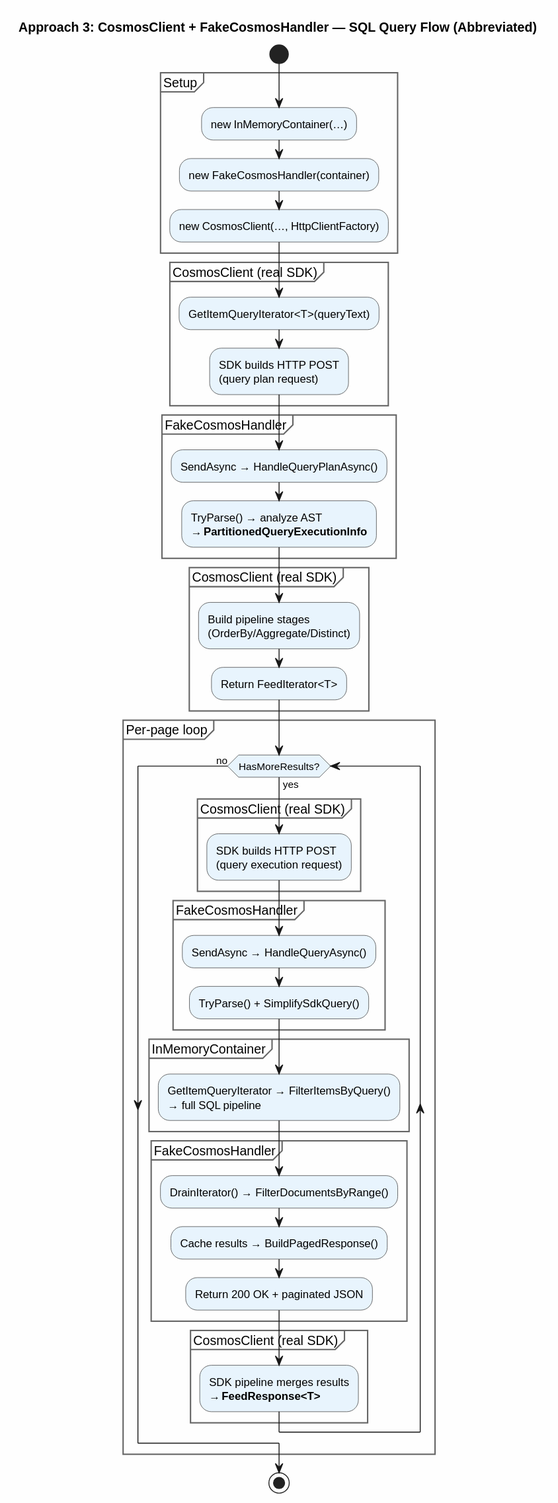
lemonlion/CosmosDB.InMemoryEmulator keeps this PlantUML diagram as plans/diagrams/abbreviated/svg/approach3-sql-abbreviated-activity.svg. Above is the earlier version. Its diagram source:
```plantuml
@startuml
title **Approach 3: CosmosClient + FakeCosmosHandler — SQL Query Flow (Abbreviated)**

skinparam backgroundColor #FEFEFE
skinparam ActivityBorderColor #333
skinparam ActivityBackgroundColor #E8F4FD
skinparam ActivityBackgroundColor<<sdk>> #FFF3E0
skinparam ActivityBackgroundColor<<handler>> #E8F5E9
skinparam PartitionBorderColor #666

start

partition "Setup" {
  :new InMemoryContainer(…);
  :new FakeCosmosHandler(container);
  :new CosmosClient(…, HttpClientFactory);
}

partition "CosmosClient (real SDK)" <<sdk>> {
  :GetItemQueryIterator<T>(queryText);
  :SDK builds HTTP POST
  (query plan request);
}

partition "FakeCosmosHandler" <<handler>> {
  :SendAsync → HandleQueryPlanAsync();
  :TryParse() → analyze AST
  → **PartitionedQueryExecutionInfo**;
}

partition "CosmosClient (real SDK)" <<sdk>> {
  :Build pipeline stages
  (OrderBy/Aggregate/Distinct);
  :Return FeedIterator<T>;
}

partition "Per-page loop" {
  while (HasMoreResults?) is (yes)

    partition "CosmosClient (real SDK)" <<sdk>> {
      :SDK builds HTTP POST
      (query execution request);
    }

    partition "FakeCosmosHandler" <<handler>> {
      :SendAsync → HandleQueryAsync();
      :TryParse() + SimplifySdkQuery();
    }

    partition "InMemoryContainer" {
      :GetItemQueryIterator → FilterItemsByQuery()
      → full SQL pipeline;
    }

    partition "FakeCosmosHandler" <<handler>> {
      :DrainIterator() → FilterDocumentsByRange();
      :Cache results → BuildPagedResponse();
      :Return 200 OK + paginated JSON;
    }

    partition "CosmosClient (real SDK)" <<sdk>> {
      :SDK pipeline merges results
      → **FeedResponse<T>**;
    }

  endwhile (no)
}

stop
@enduml
```
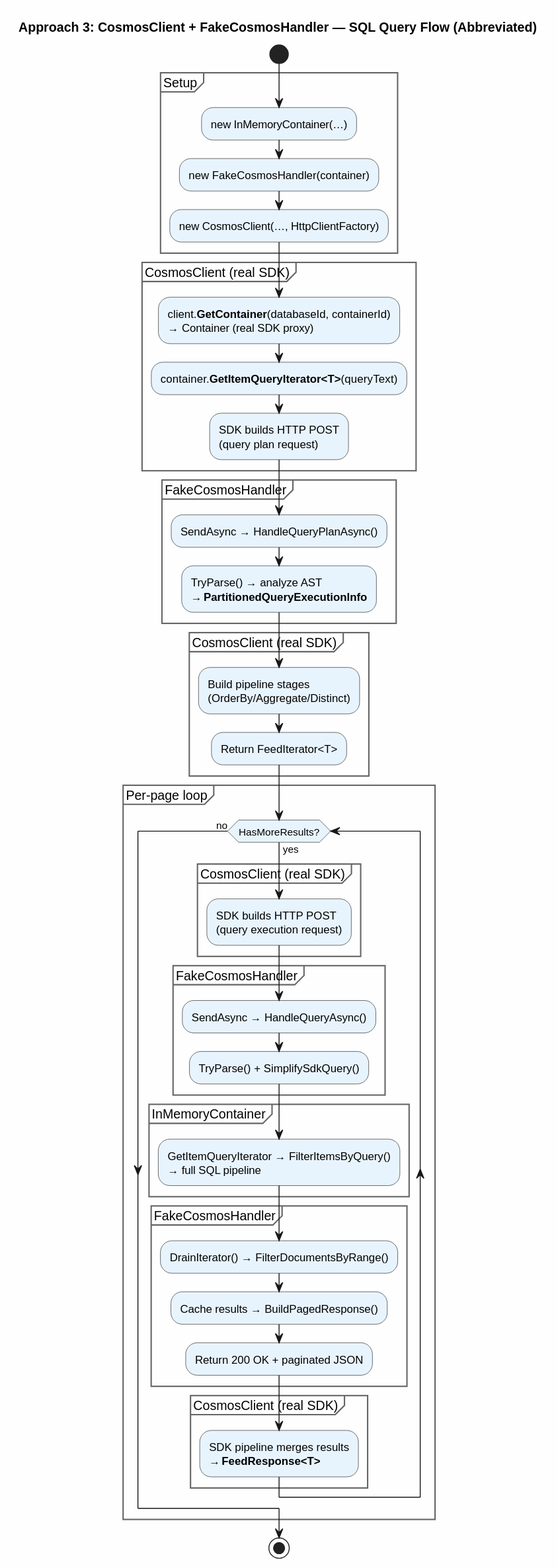
Above is the later version.

Change to the diagram source:
```diff
@@ -17,7 +17,9 @@
 }
 
 partition "CosmosClient (real SDK)" <<sdk>> {
-  :GetItemQueryIterator<T>(queryText);
+  :client.**GetContainer**(databaseId, containerId)
+  → Container (real SDK proxy);
+  :container.**GetItemQueryIterator<T>**(queryText);
   :SDK builds HTTP POST
   (query plan request);
 }
```
